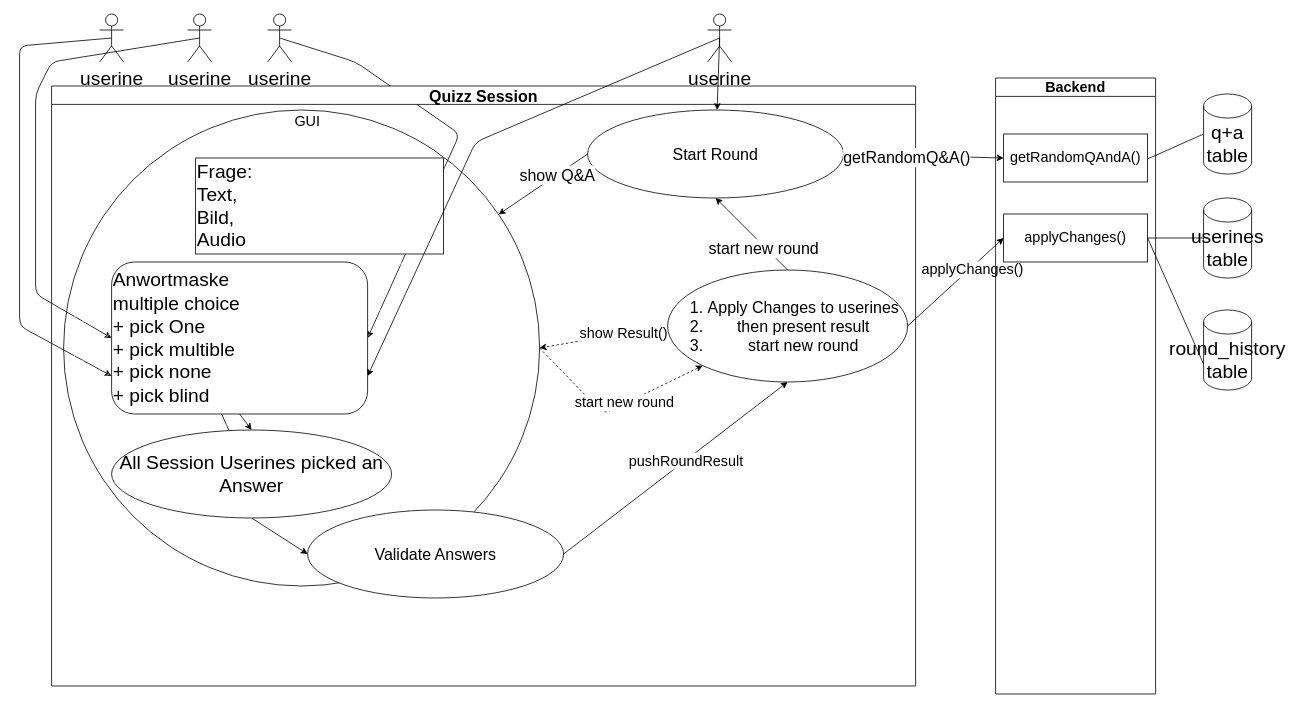
Above: scratch.drawio in cjanta/cjantaComponentQuizApp (draw.io), before the change. Source tidied: cells renumbered, new cells numbered last; positions are measured from the earlier drawing's top-left corner, leaving out a move shared by most shapes. Both pictures are drawn from the tidied source at 80%, with x=0, y=0 at pixel (19, 14).
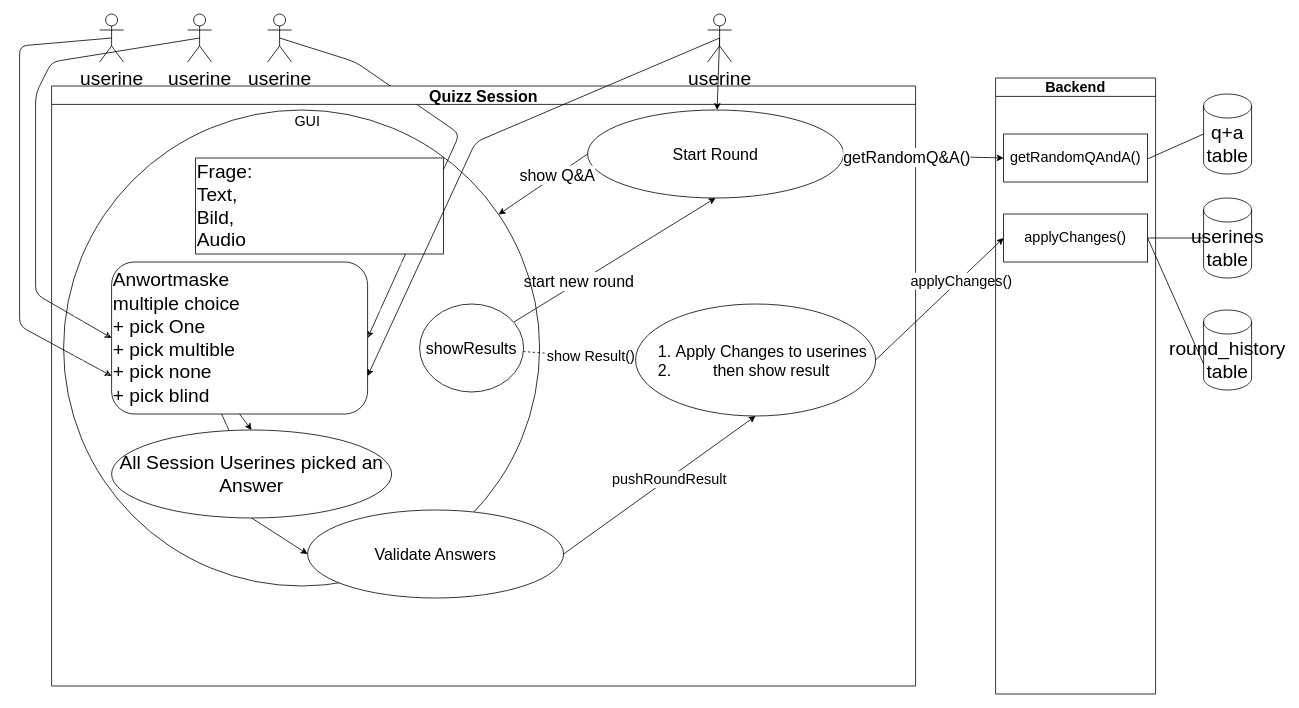
Above is the later version.

Commit message (it also covers changes not shown here):
gefummel am usecase

Unchanged cells that the change refers to:
```xml
<mxCell id="10" value="Quizz Session" style="swimlane;whiteSpace=wrap;html=1;fontSize=20;" parent="1" vertex="1">
  <mxGeometry x="40" y="90" width="1080" height="750" as="geometry" />
</mxCell>
<mxCell id="11" value="Start Round" style="ellipse;whiteSpace=wrap;html=1;fontSize=20;" parent="10" vertex="1">
  <mxGeometry x="670" y="30" width="320" height="110" as="geometry" />
</mxCell>
<mxCell id="19" style="ellipse;whiteSpace=wrap;html=1;fontSize=20;fillStyle=dashed;gradientDirection=radial;" parent="10" vertex="1">
  <mxGeometry x="15" y="30" width="595" height="595" as="geometry" />
</mxCell>
```

Diff of the diagram source:
```diff
@@
-    <mxCell id="12" style="edgeStyle=none;html=1;exitX=0.5;exitY=0;exitDx=0;exitDy=0;entryX=0.5;entryY=1;entryDx=0;entryDy=0;fontSize=20;" parent="10" edge="1" source="16" target="11">
+    <mxCell id="12" style="edgeStyle=none;html=1;entryX=0.5;entryY=1;entryDx=0;entryDy=0;fontSize=20;" parent="10" edge="1" source="46" target="11">
       <mxGeometry relative="1" as="geometry" />
     </mxCell>
@@
-    <mxCell id="14" style="edgeStyle=none;html=1;exitX=0;exitY=0.5;exitDx=0;exitDy=0;entryX=1;entryY=0.5;entryDx=0;entryDy=0;fontSize=18;dashed=1;" parent="10" edge="1" source="16" target="19">
+    <mxCell id="14" style="edgeStyle=none;html=1;exitX=0;exitY=0.5;exitDx=0;exitDy=0;entryX=0.808;entryY=0.523;entryDx=0;entryDy=0;fontSize=18;dashed=1;entryPerimeter=0;" parent="10" edge="1" source="16" target="46">
       <mxGeometry relative="1" as="geometry" />
     </mxCell>
@@
-    <mxCell id="16" value="&lt;ol&gt;&lt;li&gt;Apply Changes to userines&lt;/li&gt;&lt;li&gt;then present result&lt;/li&gt;&lt;li&gt;start new round&lt;/li&gt;&lt;/ol&gt;" style="ellipse;whiteSpace=wrap;html=1;fontSize=20;align=center;" parent="10" vertex="1">
-      <mxGeometry x="770" y="230" width="300" height="140" as="geometry" />
+    <mxCell id="16" value="&lt;ol&gt;&lt;li&gt;Apply Changes to userines&lt;/li&gt;&lt;li&gt;then show result&lt;/li&gt;&lt;/ol&gt;" style="ellipse;whiteSpace=wrap;html=1;fontSize=20;align=center;" parent="10" vertex="1">
+      <mxGeometry x="730" y="272.5" width="300" height="140" as="geometry" />
     </mxCell>
-    <mxCell id="17" style="edgeStyle=none;html=1;exitX=1;exitY=0.5;exitDx=0;exitDy=0;entryX=0;entryY=1;entryDx=0;entryDy=0;dashed=1;fontSize=18;" parent="10" edge="1" source="19" target="16">
-      <mxGeometry relative="1" as="geometry">
-        <Array as="points">
-          <mxPoint x="690" y="410" />
-        </Array>
-      </mxGeometry>
-    </mxCell>
-    <mxCell id="18" value="start new round" style="edgeLabel;html=1;align=center;verticalAlign=middle;fontSize=18;" parent="17" vertex="1">
-      <mxGeometry x="0.14" y="2" relative="1" as="geometry" />
-    </mxCell>
@@
+    <mxCell id="46" value="showResults" style="ellipse;whiteSpace=wrap;html=1;fontSize=20;" parent="10" vertex="1">
+      <mxGeometry x="460" y="272.5" width="130" height="110" as="geometry" />
+    </mxCell>
```
